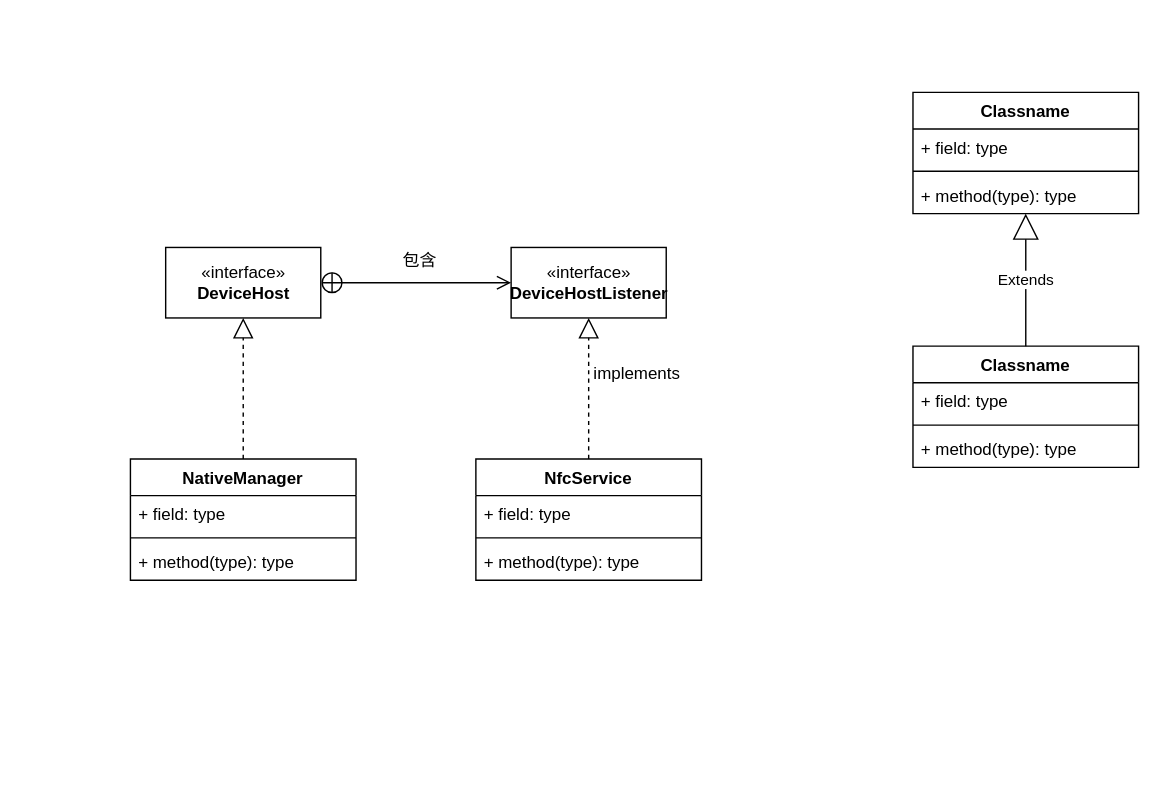
Before: NfcService类图.drawio in SuperSources/draw.io, a draw.io diagram. Source tidied: cells renumbered, new cells numbered last; positions are measured from the earlier drawing's top-left corner, leaving out a move shared by most shapes. Both pictures are drawn from the tidied source at 141%, with x=0, y=0 at pixel (130, 92).
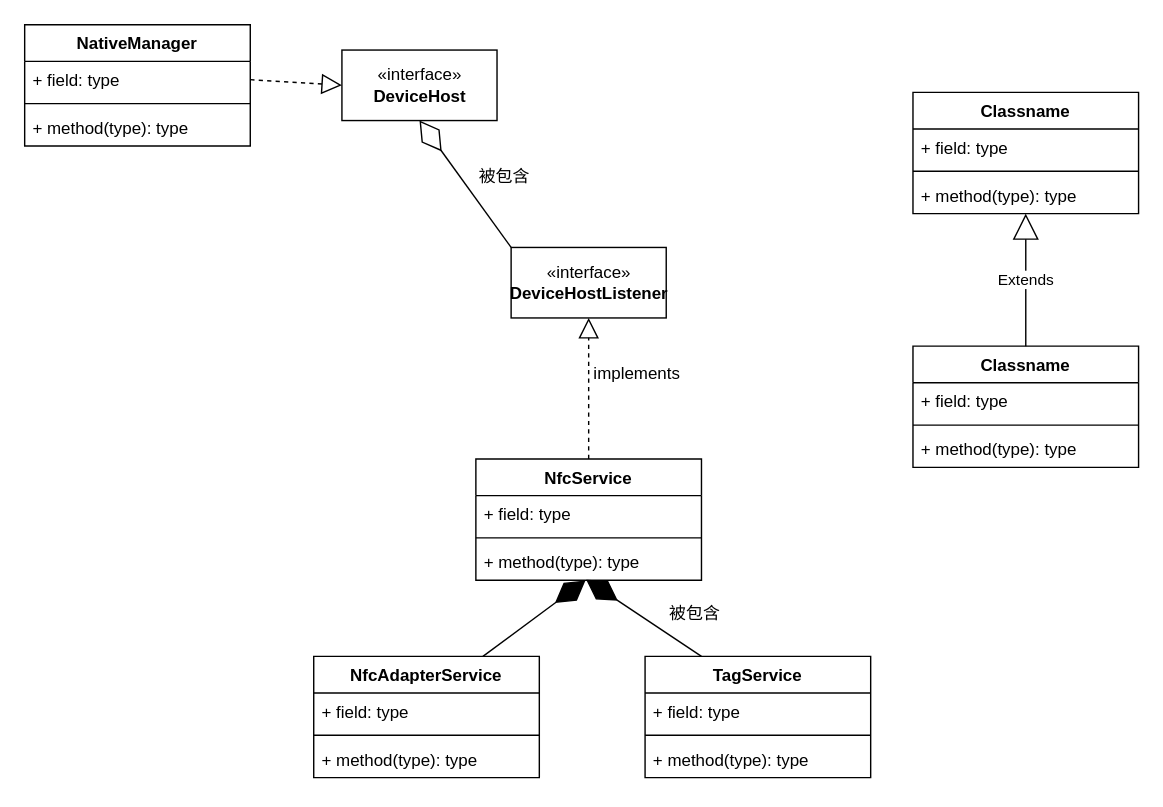
The same page after the edit.

The change refers to these unchanged cells:
```xml
<mxCell id="5" value="+ method(type): type" style="text;strokeColor=none;fillColor=none;align=left;verticalAlign=top;spacingLeft=4;spacingRight=4;overflow=hidden;points=[[0,0.5],[1,0.5]];portConstraint=eastwest;" parent="2" vertex="1">
  <mxGeometry y="60" width="160" height="26" as="geometry" />
</mxCell>
<mxCell id="13" value="+ field: type" style="text;strokeColor=none;fillColor=none;align=left;verticalAlign=top;spacingLeft=4;spacingRight=4;overflow=hidden;points=[[0,0.5],[1,0.5]];portConstraint=eastwest;" parent="12" vertex="1">
  <mxGeometry y="26" width="160" height="26" as="geometry" />
</mxCell>
```

Change to the diagram source:
```diff
@@
-    <mxCell id="6" value="«interface»&lt;br&gt;&lt;b&gt;DeviceHostListener&lt;/b&gt;" style="html=1;" parent="1" vertex="1">
+    <mxCell id="6" value="«interface»&lt;br&gt;&lt;b&gt;DeviceHostListener&lt;br&gt;&lt;/b&gt;" style="html=1;" parent="1" vertex="1">
       <mxGeometry x="270" y="110" width="110" height="50" as="geometry" />
     </mxCell>
@@
     <mxCell id="9" value="«interface»&lt;br&gt;&lt;b&gt;DeviceHost&lt;/b&gt;" style="html=1;" parent="1" vertex="1">
-      <mxGeometry x="25" y="110" width="110" height="50" as="geometry" />
+      <mxGeometry x="150" y="-30" width="110" height="50" as="geometry" />
     </mxCell>
-    <mxCell id="10" style="endArrow=open;startArrow=circlePlus;endFill=0;startFill=0;endSize=8;html=1;rounded=0;entryX=0;entryY=0.5;entryDx=0;entryDy=0;exitX=1;exitY=0.5;exitDx=0;exitDy=0;" parent="1" edge="1" source="9" target="6">
-      <mxGeometry relative="1" as="geometry" />
-    </mxCell>
-    <mxCell id="11" value="包含" style="text;html=1;align=center;verticalAlign=middle;fillColor=none;strokeColor=none;rounded=0;" parent="1" vertex="1">
-      <mxGeometry x="185" y="110" width="40" height="20" as="geometry" />
+    <mxCell id="11" value="被包含" style="text;html=1;align=center;verticalAlign=middle;fillColor=none;strokeColor=none;rounded=0;" parent="1" vertex="1">
+      <mxGeometry x="240" y="50" width="50" height="20" as="geometry" />
     </mxCell>
     <mxCell id="12" value="NativeManager" style="swimlane;fontStyle=1;align=center;verticalAlign=top;horizontal=1;startSize=26;" parent="1" vertex="1">
-      <mxGeometry y="260" width="160" height="86" as="geometry" />
+      <mxGeometry x="-75" y="-48" width="160" height="86" as="geometry" />
     </mxCell>
@@
-    <mxCell id="16" style="endArrow=block;dashed=1;endFill=0;endSize=12;html=1;rounded=0;entryX=0.5;entryY=1;entryDx=0;entryDy=0;exitX=0.5;exitY=0;exitDx=0;exitDy=0;" parent="1" edge="1" source="12" target="9">
+    <mxCell id="16" style="endArrow=block;dashed=1;endFill=0;endSize=12;html=1;rounded=0;entryX=0;entryY=0.5;entryDx=0;entryDy=0;exitX=1;exitY=0.5;exitDx=0;exitDy=0;" parent="1" edge="1" source="13" target="9">
       <mxGeometry relative="1" as="geometry" />
     </mxCell>
@@
+    <mxCell id="26" style="endArrow=diamondThin;endFill=0;endSize=24;html=1;rounded=0;entryX=0.5;entryY=1;entryDx=0;entryDy=0;exitX=0;exitY=0;exitDx=0;exitDy=0;" parent="1" edge="1" source="6" target="9">
+      <mxGeometry relative="1" as="geometry" />
+    </mxCell>
+    <mxCell id="27" value="TagService" style="swimlane;fontStyle=1;align=center;verticalAlign=top;horizontal=1;startSize=26;" parent="1" vertex="1">
+      <mxGeometry x="365" y="400" width="160" height="86" as="geometry" />
+    </mxCell>
+    <mxCell id="28" value="+ field: type" style="text;strokeColor=none;fillColor=none;align=left;verticalAlign=top;spacingLeft=4;spacingRight=4;overflow=hidden;" parent="27" vertex="1">
+      <mxGeometry y="26" width="160" height="26" as="geometry" />
+    </mxCell>
+    <mxCell id="29" style="line;strokeWidth=1;fillColor=none;align=left;verticalAlign=middle;spacingTop=-1;spacingLeft=3;spacingRight=3;labelPosition=right;" parent="27" vertex="1">
+      <mxGeometry y="52" width="160" height="8" as="geometry" />
+    </mxCell>
+    <mxCell id="30" value="+ method(type): type" style="text;strokeColor=none;fillColor=none;align=left;verticalAlign=top;spacingLeft=4;spacingRight=4;overflow=hidden;" parent="27" vertex="1">
+      <mxGeometry y="60" width="160" height="26" as="geometry" />
+    </mxCell>
+    <mxCell id="31" style="endArrow=diamondThin;endFill=1;endSize=24;html=1;rounded=0;exitX=0.25;exitY=0;exitDx=0;exitDy=0;entryX=0.489;entryY=0.985;entryDx=0;entryDy=0;entryPerimeter=0;" parent="1" edge="1" source="27" target="5">
+      <mxGeometry relative="1" as="geometry" />
+    </mxCell>
+    <mxCell id="32" value="被包含" style="text;html=1;align=center;verticalAlign=middle;fillColor=none;strokeColor=none;rounded=0;" parent="1" vertex="1">
+      <mxGeometry x="375" y="360" width="50" height="20" as="geometry" />
+    </mxCell>
+    <mxCell id="33" value="NfcAdapterService" style="swimlane;fontStyle=1;align=center;verticalAlign=top;horizontal=1;startSize=26;" parent="1" vertex="1">
+      <mxGeometry x="130" y="400" width="160" height="86" as="geometry" />
+    </mxCell>
+    <mxCell id="34" value="+ field: type" style="text;strokeColor=none;fillColor=none;align=left;verticalAlign=top;spacingLeft=4;spacingRight=4;overflow=hidden;" parent="33" vertex="1">
+      <mxGeometry y="26" width="160" height="26" as="geometry" />
+    </mxCell>
+    <mxCell id="35" style="line;strokeWidth=1;fillColor=none;align=left;verticalAlign=middle;spacingTop=-1;spacingLeft=3;spacingRight=3;labelPosition=right;" parent="33" vertex="1">
+      <mxGeometry y="52" width="160" height="8" as="geometry" />
+    </mxCell>
+    <mxCell id="36" value="+ method(type): type" style="text;strokeColor=none;fillColor=none;align=left;verticalAlign=top;spacingLeft=4;spacingRight=4;overflow=hidden;" parent="33" vertex="1">
+      <mxGeometry y="60" width="160" height="26" as="geometry" />
+    </mxCell>
+    <mxCell id="37" style="endArrow=diamondThin;endFill=1;endSize=24;html=1;rounded=0;exitX=0.75;exitY=0;exitDx=0;exitDy=0;entryX=0.486;entryY=1.006;entryDx=0;entryDy=0;entryPerimeter=0;" parent="1" edge="1" source="33" target="5">
+      <mxGeometry relative="1" as="geometry" />
+    </mxCell>
```
